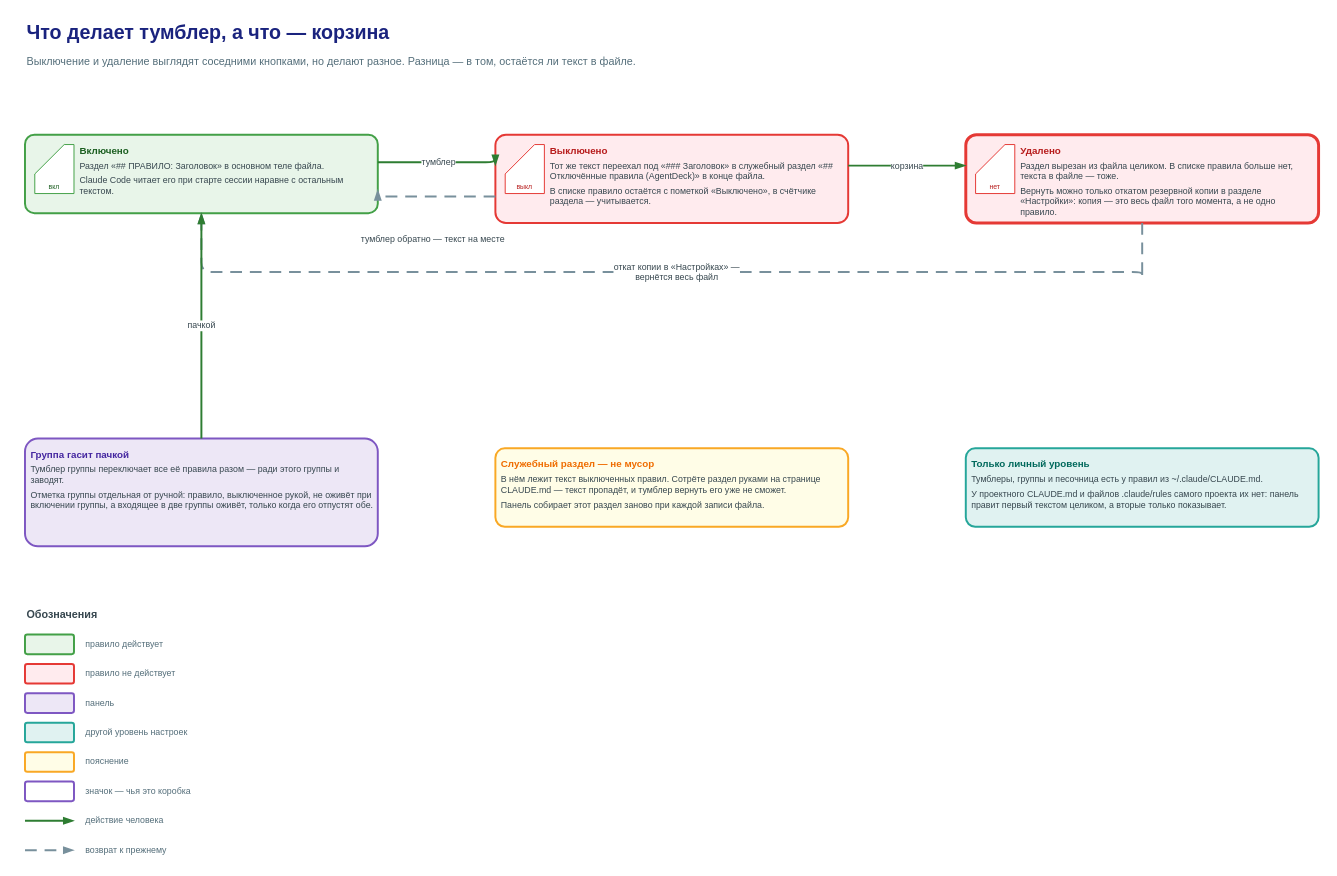
The draw.io diagram page "2. Состояния правила" (2 of 2) of docs/diagrams/rules-guide/rules-guide.drawio in rusyander/claude-control, before the edit. Source tidied: cells renumbered, new cells numbered last; positions are measured from the earlier drawing's top-left corner, leaving out a move shared by most shapes. Both pictures are drawn from the tidied source at 98%, with x=0, y=0 at pixel (24, 17).
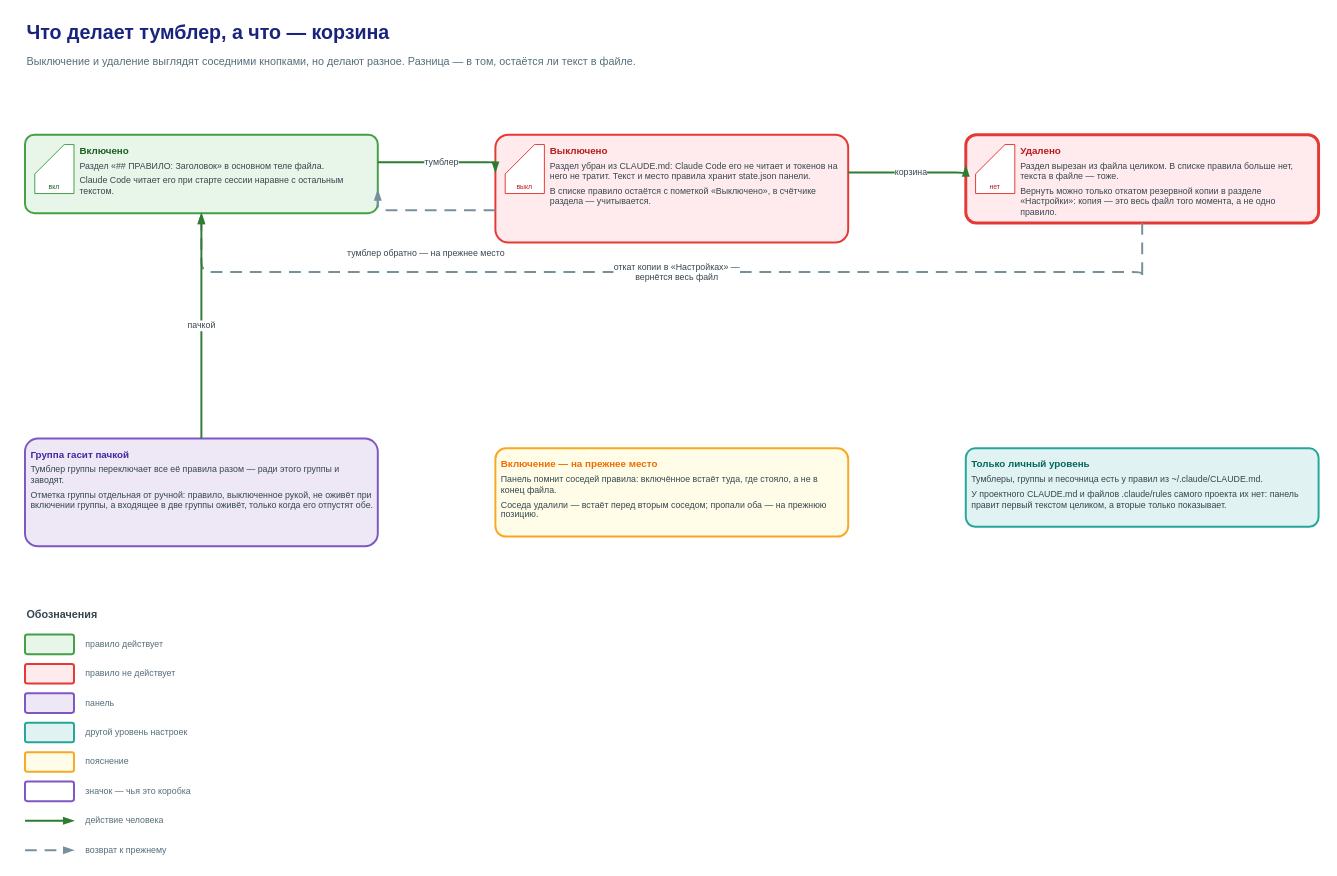
After the change.

The change refers to these unchanged cells:
```xml
<mxCell id="4" value="&lt;div style=&quot;font-size:10px;font-weight:600;color:#1B5E20;text-align:left&quot;&gt;Включено&lt;/div&gt;&lt;div style=&quot;font-size:9px;text-align:left;margin-top:4px&quot;&gt;Раздел «## ПРАВИЛО: Заголовок» в основном теле файла.&lt;/div&gt;&lt;div style=&quot;font-size:9px;text-align:left;margin-top:4px&quot;&gt;Claude Code читает его при старте сессии наравне с остальным текстом.&lt;/div&gt;" style="rounded=1;arcSize=12;fillColor=#E8F5E9;strokeColor=#43A047;strokeWidth=2;html=1;whiteSpace=wrap;align=left;verticalAlign=top;spacing=6;fontSize=9;fontColor=#37474F;spacingLeft=50;informational=1;" parent="1" vertex="1">
  <mxGeometry y="120" width="360" height="80" as="geometry" />
</mxCell>
<mxCell id="8" value="&lt;div style=&quot;font-size:10px;font-weight:600;color:#B71C1C;text-align:left&quot;&gt;Удалено&lt;/div&gt;&lt;div style=&quot;font-size:9px;text-align:left;margin-top:4px&quot;&gt;Раздел вырезан из файла целиком. В списке правила больше нет, текста в файле — тоже.&lt;/div&gt;&lt;div style=&quot;font-size:9px;text-align:left;margin-top:4px&quot;&gt;Вернуть можно только откатом резервной копии в разделе «Настройки»: копия — это весь файл того момента, а не одно правило.&lt;/div&gt;" style="rounded=1;arcSize=12;fillColor=#FFEBEE;strokeColor=#E53935;strokeWidth=3;html=1;whiteSpace=wrap;align=left;verticalAlign=top;spacing=6;fontSize=9;fontColor=#37474F;spacingLeft=50;informational=1;" parent="1" vertex="1">
  <mxGeometry x="960" y="120" width="360" height="90" as="geometry" />
</mxCell>
```

Diff of the diagram source:
```diff
@@
-    <mxCell id="6" value="&lt;div style=&quot;font-size:10px;font-weight:600;color:#B71C1C;text-align:left&quot;&gt;Выключено&lt;/div&gt;&lt;div style=&quot;font-size:9px;text-align:left;margin-top:4px&quot;&gt;Тот же текст переехал под «### Заголовок» в служебный раздел «## Отключённые правила (AgentDeck)» в конце файла.&lt;/div&gt;&lt;div style=&quot;font-size:9px;text-align:left;margin-top:4px&quot;&gt;В списке правило остаётся с пометкой «Выключено», в счётчике раздела — учитывается.&lt;/div&gt;" style="rounded=1;arcSize=12;fillColor=#FFEBEE;strokeColor=#E53935;strokeWidth=2;html=1;whiteSpace=wrap;align=left;verticalAlign=top;spacing=6;fontSize=9;fontColor=#37474F;spacingLeft=50;informational=1;" parent="1" vertex="1">
-      <mxGeometry x="480" y="120" width="360" height="90" as="geometry" />
+    <mxCell id="6" value="&lt;div style=&quot;font-size:10px;font-weight:600;color:#B71C1C;text-align:left&quot;&gt;Выключено&lt;/div&gt;&lt;div style=&quot;font-size:9px;text-align:left;margin-top:4px&quot;&gt;Раздел убран из CLAUDE.md: Claude Code его не читает и токенов на него не тратит. Текст и место правила хранит state.json панели.&lt;/div&gt;&lt;div style=&quot;font-size:9px;text-align:left;margin-top:4px&quot;&gt;В списке правило остаётся с пометкой «Выключено», в счётчике раздела — учитывается.&lt;/div&gt;" style="rounded=1;arcSize=12;fillColor=#FFEBEE;strokeColor=#E53935;strokeWidth=2;html=1;whiteSpace=wrap;align=left;verticalAlign=top;spacing=6;fontSize=9;fontColor=#37474F;spacingLeft=50;informational=1;" parent="1" vertex="1">
+      <mxGeometry x="480" y="120" width="360" height="110" as="geometry" />
     </mxCell>
@@
-    <mxCell id="11" value="&lt;div style=&quot;font-size:10px;font-weight:600;color:#EF6C00;text-align:left&quot;&gt;Служебный раздел — не мусор&lt;/div&gt;&lt;div style=&quot;font-size:9px;text-align:left;margin-top:4px&quot;&gt;В нём лежит текст выключенных правил. Сотрёте раздел руками на странице CLAUDE.md — текст пропадёт, и тумблер вернуть его уже не сможет.&lt;/div&gt;&lt;div style=&quot;font-size:9px;text-align:left;margin-top:4px&quot;&gt;Панель собирает этот раздел заново при каждой записи файла.&lt;/div&gt;" style="rounded=1;arcSize=12;fillColor=#FFFDE7;strokeColor=#F9A825;strokeWidth=2;html=1;whiteSpace=wrap;align=left;verticalAlign=top;spacing=6;fontSize=9;fontColor=#37474F;informational=1;" parent="1" vertex="1">
-      <mxGeometry x="480" y="440" width="360" height="80" as="geometry" />
+    <mxCell id="11" value="&lt;div style=&quot;font-size:10px;font-weight:600;color:#EF6C00;text-align:left&quot;&gt;Включение — на прежнее место&lt;/div&gt;&lt;div style=&quot;font-size:9px;text-align:left;margin-top:4px&quot;&gt;Панель помнит соседей правила: включённое встаёт туда, где стояло, а не в конец файла.&lt;/div&gt;&lt;div style=&quot;font-size:9px;text-align:left;margin-top:4px&quot;&gt;Соседа удалили — встаёт перед вторым соседом; пропали оба — на прежнюю позицию.&lt;/div&gt;" style="rounded=1;arcSize=12;fillColor=#FFFDE7;strokeColor=#F9A825;strokeWidth=2;html=1;whiteSpace=wrap;align=left;verticalAlign=top;spacing=6;fontSize=9;fontColor=#37474F;informational=1;" parent="1" vertex="1">
+      <mxGeometry x="480" y="440" width="360" height="90" as="geometry" />
     </mxCell>
@@
-    <mxCell id="14" value="тумблер обратно — текст на месте" style="edgeStyle=orthogonalEdgeStyle;rounded=1;html=1;fontSize=9;fontColor=#37474F;labelBackgroundColor=#FFFFFF;endArrow=blockThin;endFill=1;jettySize=auto;strokeWidth=2;strokeColor=#78909C;dashed=1;dashPattern=6 4;exitX=0;exitY=0.7;exitDx=0;exitDy=0;entryX=1;entryY=0.7;entryDx=0;entryDy=0;" parent="1" edge="1" source="6" target="4">
+    <mxCell id="14" value="тумблер обратно — на прежнее место" style="edgeStyle=orthogonalEdgeStyle;rounded=1;html=1;fontSize=9;fontColor=#37474F;labelBackgroundColor=#FFFFFF;endArrow=blockThin;endFill=1;jettySize=auto;strokeWidth=2;strokeColor=#78909C;dashed=1;dashPattern=6 4;exitX=0;exitY=0.7;exitDx=0;exitDy=0;entryX=1;entryY=0.7;entryDx=0;entryDy=0;" parent="1" edge="1" source="6" target="4">
       <mxGeometry y="44" relative="1" as="geometry">
         <Array as="points">
-          <mxPoint x="360" y="183" />
+          <mxPoint x="360" y="197" />
         </Array>
       </mxGeometry>
     </mxCell>
     <mxCell id="15" value="корзина" style="edgeStyle=orthogonalEdgeStyle;rounded=1;html=1;fontSize=9;fontColor=#37474F;labelBackgroundColor=#FFFFFF;endArrow=blockThin;endFill=1;jettySize=auto;strokeWidth=2;strokeColor=#2E7D32;exitX=1;exitY=0.35;exitDx=0;exitDy=0;entryX=0;entryY=0.35;entryDx=0;entryDy=0;" parent="1" edge="1" source="6" target="8">
-      <mxGeometry relative="1" as="geometry" />
+      <mxGeometry relative="1" as="geometry">
+        <Array as="points">
+          <mxPoint x="960" y="159" />
+        </Array>
+      </mxGeometry>
     </mxCell>
```
